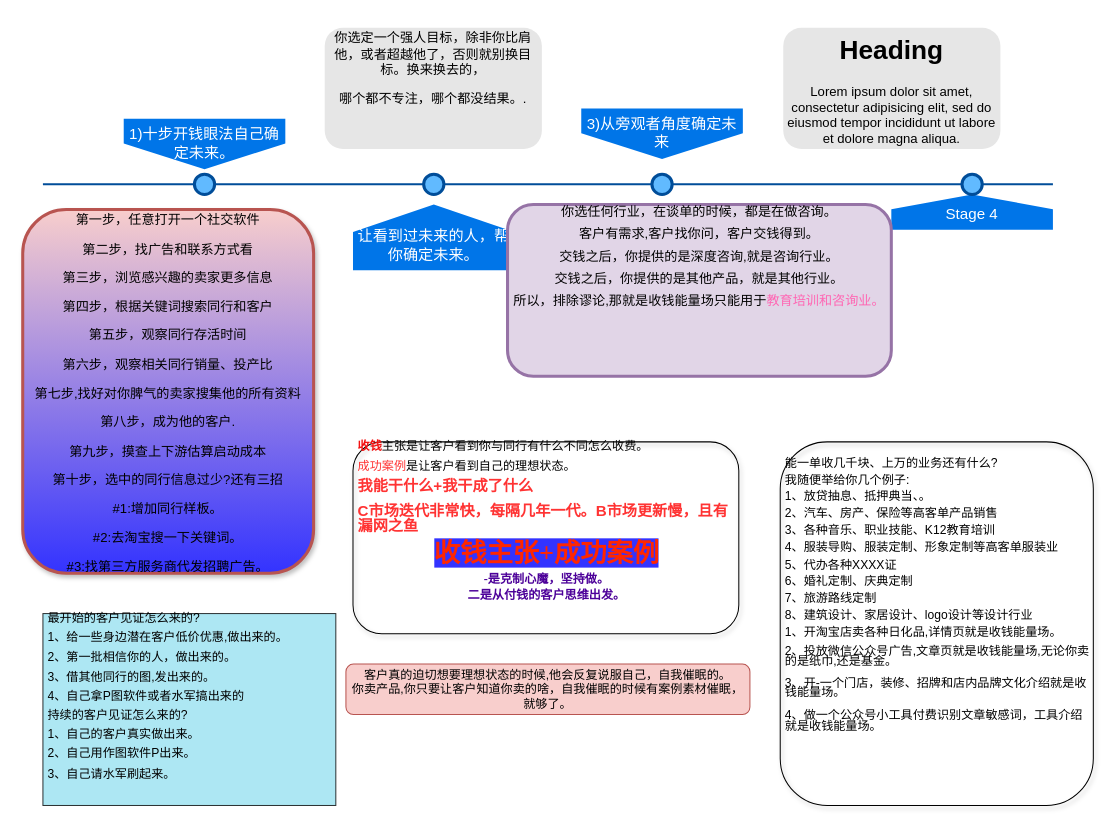
This is 收钱能量场设计.drawio from sharefuli/money, a draw.io file, before an edit. Source tidied: cells renumbered, new cells numbered last; positions are measured from the earlier drawing's top-left corner, leaving out a move shared by most shapes. Both pictures are drawn from the tidied source at 101%, with x=0, y=0 at pixel (22, 27).
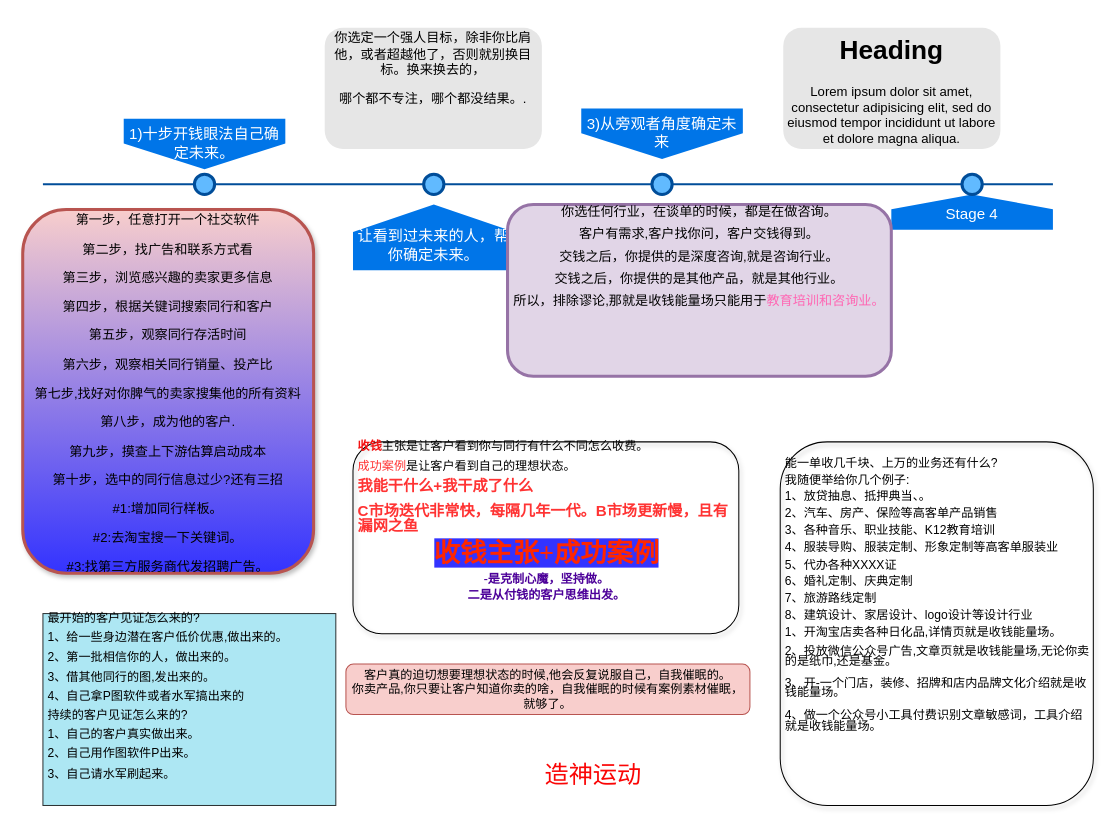
After the change.

Commit message:
更新收钱能量场设计.drawio

What changed in the source:
```diff
@@
 <mxGraphModel>
   <root>
     <mxCell id="0" />
     <mxCell id="1" parent="0" />
     <mxCell id="2" style="line;strokeWidth=2;html=1;fillColor=none;fontSize=28;fontColor=#004D99;strokeColor=#004D99;" parent="1" vertex="1">
       <mxGeometry x="20" y="150" width="1000" height="10" as="geometry" />
     </mxCell>
     <mxCell id="3" value="1)十步开钱眼法自己确定未来。" style="shape=offPageConnector;whiteSpace=wrap;html=1;fillColor=#0075E8;fontSize=15;fontColor=#FFFFFF;size=0.5093750000000015;verticalAlign=top;strokeColor=none;" parent="1" vertex="1">
       <mxGeometry x="100" y="90" width="160" height="50" as="geometry" />
     </mxCell>
     <mxCell id="4" value="3)从旁观者角度确定未来" style="shape=offPageConnector;whiteSpace=wrap;html=1;fillColor=#0075E8;fontSize=15;fontColor=#FFFFFF;size=0.5093750000000015;verticalAlign=top;strokeColor=none;" parent="1" vertex="1">
       <mxGeometry x="553" y="80" width="160" height="50" as="geometry" />
     </mxCell>
     <mxCell id="5" value="让看到过未来的人，帮你确定未来。" style="shape=offPageConnector;whiteSpace=wrap;html=1;fillColor=#0075E8;fontSize=15;fontColor=#FFFFFF;size=0.4178571428571445;flipV=1;verticalAlign=bottom;strokeColor=none;spacingBottom=4;" parent="1" vertex="1">
       <mxGeometry x="327" y="175" width="160" height="65" as="geometry" />
     </mxCell>
     <mxCell id="6" value="&lt;span&gt;Stage 4&lt;/span&gt;" style="shape=offPageConnector;whiteSpace=wrap;html=1;fillColor=#0075E8;fontSize=15;fontColor=#FFFFFF;size=0.4178571428571445;flipV=1;verticalAlign=bottom;strokeColor=none;spacingBottom=4;" parent="1" vertex="1">
       <mxGeometry x="860" y="165" width="160" height="35" as="geometry" />
     </mxCell>
     <mxCell id="7" style="ellipse;whiteSpace=wrap;html=1;fillColor=#61BAFF;fontSize=28;fontColor=#004D99;strokeWidth=3;strokeColor=#004D99;" parent="1" vertex="1">
       <mxGeometry x="170" y="145" width="20" height="20" as="geometry" />
     </mxCell>
     <mxCell id="8" style="ellipse;whiteSpace=wrap;html=1;fillColor=#61BAFF;fontSize=28;fontColor=#004D99;strokeWidth=3;strokeColor=#004D99;" parent="1" vertex="1">
       <mxGeometry x="397" y="145" width="20" height="20" as="geometry" />
     </mxCell>
     <mxCell id="9" style="ellipse;whiteSpace=wrap;html=1;fillColor=#61BAFF;fontSize=28;fontColor=#004D99;strokeWidth=3;strokeColor=#004D99;" parent="1" vertex="1">
       <mxGeometry x="623" y="145" width="20" height="20" as="geometry" />
     </mxCell>
     <mxCell id="10" style="ellipse;whiteSpace=wrap;html=1;fillColor=#61BAFF;fontSize=28;fontColor=#004D99;strokeWidth=3;strokeColor=#004D99;" parent="1" vertex="1">
       <mxGeometry x="930" y="145" width="20" height="20" as="geometry" />
     </mxCell>
     <mxCell id="11" value="&lt;p&gt;第一步，任意打开一个社交软件&lt;/p&gt;&lt;p&gt;第二步，找广告和联系方式看&lt;/p&gt;&lt;p&gt;第三步，浏览感兴趣的卖家更多信息&lt;/p&gt;&lt;p&gt;第四步，根据关键词搜索同行和客户&lt;/p&gt;&lt;p&gt;第五步，观察同行存活时间&lt;/p&gt;&lt;p&gt;第六步，观察相关同行销量、投产比&lt;/p&gt;&lt;p&gt;第七步,找好对你脾气的卖家搜集他的所有资料&lt;/p&gt;&lt;p&gt;第八步，成为他的客户.&lt;/p&gt;&lt;p&gt;第九步，摸查上下游估算启动成本&lt;/p&gt;&lt;p&gt;第十步，选中的同行信息过少?还有三招&lt;/p&gt;&lt;p&gt;#1:增加同行样板。&lt;/p&gt;&lt;p&gt;#2:去淘宝搜一下关键词。&lt;/p&gt;&lt;p&gt;#3:找第三方服务商代发招聘广告。&lt;/p&gt;" style="text;html=1;spacing=5;spacingTop=-20;whiteSpace=wrap;overflow=hidden;strokeColor=#b85450;strokeWidth=3;fillColor=#f8cecc;fontSize=13;align=center;rounded=1;shadow=1;gradientColor=#3333FF;" parent="1" vertex="1">
       <mxGeometry y="180" width="288" height="360" as="geometry" />
     </mxCell>
     <mxCell id="12" value="&lt;p&gt;你选定一个强人目标，除非你比肩他，或者超越他了，否则就别换目标。换来换去的，&lt;/p&gt;&lt;p&gt;哪个都不专注，哪个都没结果。.&lt;/p&gt;" style="text;html=1;spacing=5;spacingTop=-20;whiteSpace=wrap;overflow=hidden;strokeColor=none;strokeWidth=3;fillColor=#E6E6E6;fontSize=13;fontColor=#000000;align=center;rounded=1;" parent="1" vertex="1">
       <mxGeometry x="299" width="215" height="120" as="geometry" />
     </mxCell>
     <mxCell id="13" value="&lt;p style=&quot;line-height: 70%;&quot;&gt;你选任何行业，在谈单的时候，都是在做咨询。&lt;/p&gt;&lt;p style=&quot;line-height: 70%;&quot;&gt;客户有需求,客户找你问，客户交钱得到。&lt;/p&gt;&lt;p style=&quot;line-height: 70%;&quot;&gt;交钱之后，你提供的是深度咨询,就是咨询行业。&lt;/p&gt;&lt;p style=&quot;line-height: 70%;&quot;&gt;交钱之后，你提供的是其他产品，就是其他行业。&lt;/p&gt;&lt;p style=&quot;line-height: 70%;&quot;&gt;所以，排除谬论,那就是收钱能量场只能用于&lt;font color=&quot;#ff66b3&quot;&gt;教育培训和咨询业。&lt;/font&gt;&lt;/p&gt;" style="text;html=1;spacing=5;spacingTop=-20;whiteSpace=wrap;overflow=hidden;strokeColor=#9673a6;strokeWidth=3;fillColor=#e1d5e7;fontSize=13;align=center;rounded=1;" parent="1" vertex="1">
       <mxGeometry x="480" y="175" width="380" height="170" as="geometry" />
     </mxCell>
     <mxCell id="14" value="&lt;h1&gt;Heading&lt;/h1&gt;&lt;p&gt;Lorem ipsum dolor sit amet, consectetur adipisicing elit, sed do eiusmod tempor incididunt ut labore et dolore magna aliqua.&lt;/p&gt;" style="text;html=1;spacing=5;spacingTop=-20;whiteSpace=wrap;overflow=hidden;strokeColor=none;strokeWidth=3;fillColor=#E6E6E6;fontSize=13;fontColor=#000000;align=center;rounded=1;" parent="1" vertex="1">
       <mxGeometry x="753" width="215" height="120" as="geometry" />
     </mxCell>
     <mxCell id="15" value="&lt;p style=&quot;line-height: 60%;&quot;&gt;&lt;b&gt;&lt;font color=&quot;#f31212&quot;&gt;收钱&lt;/font&gt;&lt;/b&gt;主张是让客户看到你与同行有什么不同怎么收费。&lt;/p&gt;&lt;p style=&quot;line-height: 60%;&quot;&gt;&lt;span style=&quot;font-size: 12px;&quot;&gt;&lt;font color=&quot;#ff3333&quot;&gt;成功案例&lt;/font&gt;是让客户看到自己的理想状态。&lt;/span&gt;&lt;/p&gt;&lt;p style=&quot;line-height: 60%;&quot;&gt;&lt;b style=&quot;&quot;&gt;&lt;font color=&quot;#ff3333&quot; style=&quot;font-size: 15px;&quot;&gt;我能干什么+我干成了什么&lt;/font&gt;&lt;/b&gt;&lt;/p&gt;&lt;p style=&quot;line-height: 112%;&quot;&gt;&lt;b style=&quot;&quot;&gt;&lt;font color=&quot;#ff3333&quot; style=&quot;font-size: 15px;&quot;&gt;C市场迭代非常快，每隔几年一代。B市场更新慢，且有漏网之鱼&lt;/font&gt;&lt;/b&gt;&lt;/p&gt;&lt;p style=&quot;text-align: center; line-height: 112%;&quot;&gt;&lt;b style=&quot;&quot;&gt;&lt;font color=&quot;#ff2600&quot; face=&quot;Garamond&quot; style=&quot;font-size: 26px; background-color: rgb(51, 51, 255);&quot;&gt;收钱主张+成功案例&lt;/font&gt;&lt;/b&gt;&lt;/p&gt;&lt;p style=&quot;text-align: center; line-height: 30%;&quot;&gt;&lt;font color=&quot;#4c0099&quot; face=&quot;Garamond&quot; style=&quot;&quot;&gt;&lt;b style=&quot;background-color: rgb(255, 255, 255);&quot;&gt;-是克制心魔，坚持做。&lt;/b&gt;&lt;br&gt;&lt;/font&gt;&lt;/p&gt;&lt;div style=&quot;text-align: center; line-height: 30%;&quot;&gt;&lt;font color=&quot;#4c0099&quot; face=&quot;Garamond&quot;&gt;&lt;b style=&quot;&quot;&gt;二是从付钱的客户思维出发。&lt;/b&gt;&lt;/font&gt;&lt;/div&gt;&lt;p style=&quot;text-align: center; line-height: 112%;&quot;&gt;&lt;font color=&quot;#ff2600&quot; face=&quot;Garamond&quot; style=&quot;&quot;&gt;&lt;b style=&quot;background-color: rgb(255, 255, 255);&quot;&gt;&lt;br&gt;&lt;/b&gt;&lt;/font&gt;&lt;/p&gt;" style="text;html=1;strokeColor=default;fillColor=none;spacing=5;spacingTop=-20;whiteSpace=wrap;overflow=hidden;rounded=1;shadow=1;" parent="1" vertex="1">
       <mxGeometry x="327" y="410" width="382" height="190" as="geometry" />
     </mxCell>
     <mxCell id="16" value="&lt;p style=&quot;line-height: 40%;&quot;&gt;&lt;br&gt;&lt;/p&gt;&lt;p style=&quot;line-height: 40%;&quot;&gt;能一单收几千块、上万的业务还有什么?&lt;/p&gt;&lt;p style=&quot;line-height: 40%;&quot;&gt;&lt;span style=&quot;font-size: 12px;&quot;&gt;我随便举给你几个例子:&lt;/span&gt;&lt;/p&gt;&lt;p style=&quot;line-height: 40%;&quot;&gt;&lt;span style=&quot;font-size: 12px;&quot;&gt;1、放贷抽息、抵押典当、。&lt;/span&gt;&lt;/p&gt;&lt;p style=&quot;line-height: 40%;&quot;&gt;&lt;span style=&quot;font-size: 12px;&quot;&gt;2、汽车、房产、保险等高客单产品销售&lt;/span&gt;&lt;/p&gt;&lt;p style=&quot;line-height: 40%;&quot;&gt;&lt;span style=&quot;font-size: 12px;&quot;&gt;3、各种音乐、职业技能、K12教育培训&lt;/span&gt;&lt;/p&gt;&lt;p style=&quot;line-height: 40%;&quot;&gt;&lt;span style=&quot;font-size: 12px;&quot;&gt;4、服装导购、服装定制、形象定制等高客单服装业&lt;/span&gt;&lt;/p&gt;&lt;p style=&quot;line-height: 40%;&quot;&gt;&lt;span style=&quot;font-size: 12px;&quot;&gt;5、代办各种XXXX证&lt;/span&gt;&lt;/p&gt;&lt;p style=&quot;line-height: 40%;&quot;&gt;&lt;span style=&quot;font-size: 12px;&quot;&gt;6、婚礼定制、庆典定制&lt;/span&gt;&lt;/p&gt;&lt;p style=&quot;line-height: 40%;&quot;&gt;&lt;span style=&quot;font-size: 12px;&quot;&gt;7、旅游路线定制&lt;/span&gt;&lt;/p&gt;&lt;p style=&quot;line-height: 40%;&quot;&gt;&lt;span style=&quot;font-size: 12px;&quot;&gt;8、建筑设计、家居设计、logo设计等设计行业&lt;/span&gt;&lt;/p&gt;&lt;p style=&quot;line-height: 40%;&quot;&gt;1、开淘宝店卖各种日化品,详情页就是收钱能量场。&lt;/p&gt;&lt;p style=&quot;line-height: 80%;&quot;&gt;&lt;span style=&quot;font-size: 12px;&quot;&gt;2、投放微信公众号广告,文章页就是收钱能量场,无论你卖的是纸巾,还是基金。&lt;/span&gt;&lt;/p&gt;&lt;p style=&quot;line-height: 80%;&quot;&gt;&lt;span style=&quot;font-size: 12px;&quot;&gt;3、开-一个门店，装修、招牌和店内品牌文化介绍就是收钱能量场。&lt;/span&gt;&lt;/p&gt;&lt;p style=&quot;line-height: 40%;&quot;&gt;&lt;/p&gt;&lt;p style=&quot;line-height: 90%;&quot;&gt;&lt;span style=&quot;font-size: 12px;&quot;&gt;4、做一个公众号小工具付费识别文章敏感词，工具介绍就是收钱能量场。&lt;/span&gt;&lt;/p&gt;&lt;p style=&quot;line-height: 50%;&quot;&gt;&lt;span style=&quot;font-size: 12px;&quot;&gt;&lt;br&gt;&lt;/span&gt;&lt;/p&gt;" style="text;html=1;strokeColor=default;fillColor=none;spacing=5;spacingTop=-20;whiteSpace=wrap;overflow=hidden;rounded=1;shadow=1;" parent="1" vertex="1">
       <mxGeometry x="750" y="410" width="310" height="360" as="geometry" />
     </mxCell>
     <mxCell id="17" value="客户真的迫切想要理想状态的时候,他会反复说服自己，自我催眠的。&lt;br&gt;你卖产品,你只要让客户知道你卖的啥，自我催眠的时候有案例素材催眠，就够了。" style="text;html=1;strokeColor=#b85450;fillColor=#f8cecc;align=center;verticalAlign=middle;whiteSpace=wrap;rounded=1;" parent="1" vertex="1">
       <mxGeometry x="320" y="630" width="400" height="50" as="geometry" />
     </mxCell>
     <mxCell id="18" value="&lt;p style=&quot;line-height: 60%;&quot;&gt;最开始的客户见证怎么来的?&lt;/p&gt;&lt;p style=&quot;line-height: 60%;&quot;&gt;&lt;span style=&quot;font-size: 12px;&quot;&gt;1、给一些身边潜在客户低价优惠,做出来的。&lt;/span&gt;&lt;/p&gt;&lt;p style=&quot;line-height: 60%;&quot;&gt;&lt;span style=&quot;font-size: 12px;&quot;&gt;2、第一批相信你的人，做出来的。&lt;/span&gt;&lt;/p&gt;&lt;p style=&quot;line-height: 60%;&quot;&gt;&lt;span style=&quot;font-size: 12px;&quot;&gt;3、借其他同行的图,发出来的。&lt;/span&gt;&lt;/p&gt;&lt;p style=&quot;line-height: 60%;&quot;&gt;&lt;span style=&quot;font-size: 12px;&quot;&gt;4、自己拿P图软件或者水军搞出来的&lt;/span&gt;&lt;/p&gt;&lt;p style=&quot;line-height: 60%;&quot;&gt;持续的客户见证怎么来的?&lt;/p&gt;&lt;p style=&quot;line-height: 60%;&quot;&gt;&lt;span style=&quot;font-size: 12px;&quot;&gt;1、自己的客户真实做出来。&lt;/span&gt;&lt;/p&gt;&lt;p style=&quot;line-height: 60%;&quot;&gt;&lt;span style=&quot;font-size: 12px;&quot;&gt;2、自己用作图软件P出来。&lt;/span&gt;&lt;/p&gt;&lt;p style=&quot;line-height: 60%;&quot;&gt;&lt;/p&gt;&lt;p style=&quot;line-height: 60%;&quot;&gt;&lt;span style=&quot;font-size: 12px;&quot;&gt;3、自己请水军刷起来。&lt;/span&gt;&lt;/p&gt;" style="text;html=1;strokeColor=default;fillColor=#99e1f0;spacing=5;spacingTop=-20;whiteSpace=wrap;overflow=hidden;rounded=0;opacity=80;" parent="1" vertex="1">
       <mxGeometry x="20" y="580" width="290" height="190" as="geometry" />
     </mxCell>
+    <mxCell id="19" value="&lt;font color=&quot;#fa0505&quot; style=&quot;font-size: 24px;&quot;&gt;造神运动&lt;/font&gt;" style="text;html=1;strokeColor=none;fillColor=none;align=center;verticalAlign=middle;whiteSpace=wrap;rounded=0;" parent="1" vertex="1">
+      <mxGeometry x="500" y="710" width="130" height="60" as="geometry" />
+    </mxCell>
   </root>
 </mxGraphModel>
```
